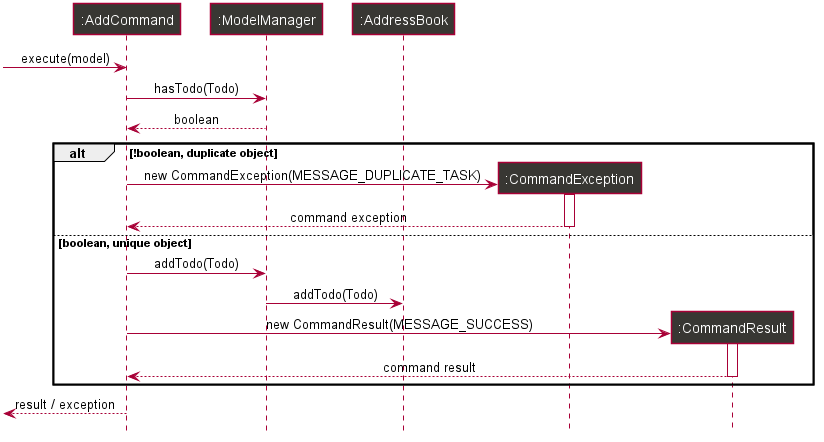
The PlantUML diagram docs/images/AddTaskSequenceDiagram.png in wireseo/tp, before a commit.
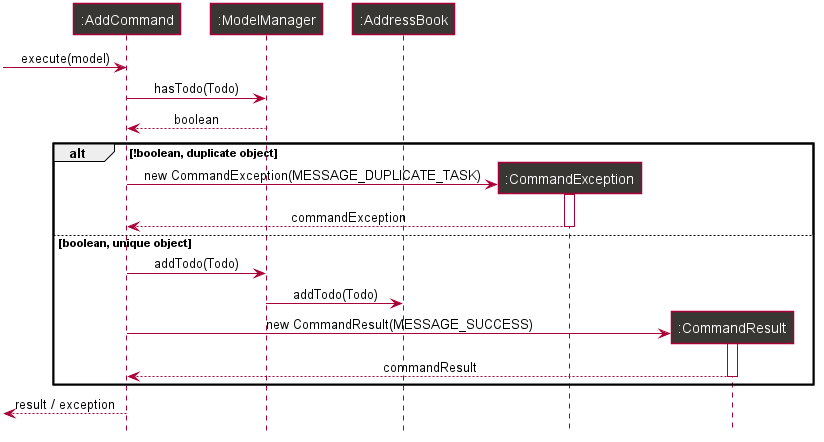
Above is the later version.

The edit, as a diff of the source:
```diff
@@ -65,7 +65,7 @@
     create CommandException
     AddCommand -> CommandException : new CommandException(MESSAGE_DUPLICATE_TASK)
     activate CommandException
-    CommandException --> AddCommand : command exception
+    CommandException --> AddCommand : commandException
     deactivate CommandException
 
 else boolean, unique object
@@ -76,7 +76,7 @@
     create CommandResult
     AddCommand -> CommandResult : new CommandResult(MESSAGE_SUCCESS)
     activate CommandResult
-    CommandResult --> AddCommand : command result
+    CommandResult --> AddCommand : commandResult
     deactivate CommandResult
 
 end
```
